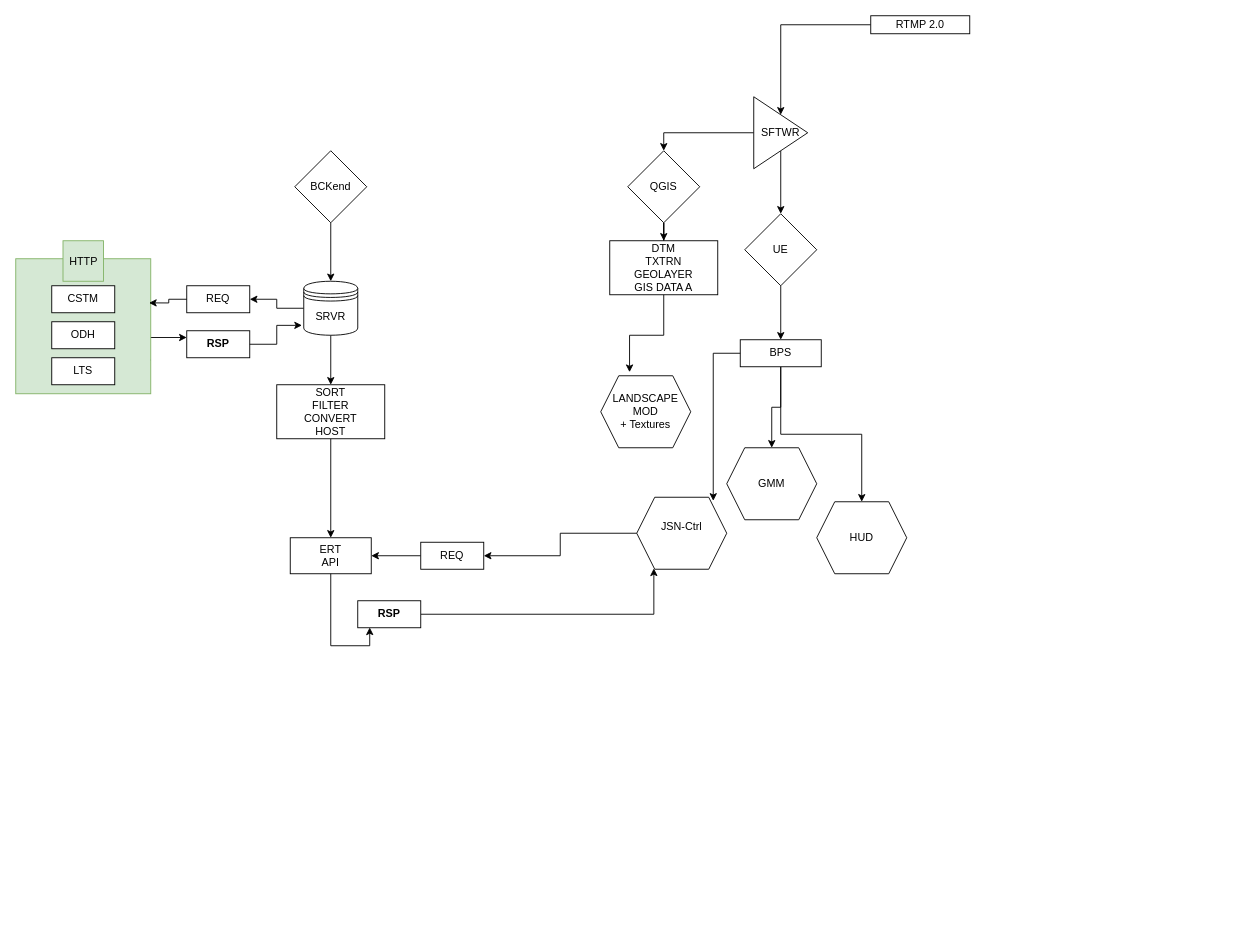
Before: RTMP_2_0_0.drawio in JAyS4nson/FLOWCHrts, a draw.io diagram. Source tidied: cells renumbered, new cells numbered last; positions are measured from the earlier drawing's top-left corner, leaving out a move shared by most shapes. Both pictures are drawn from the tidied source at 90%, with x=0, y=0 at pixel (15, 15).
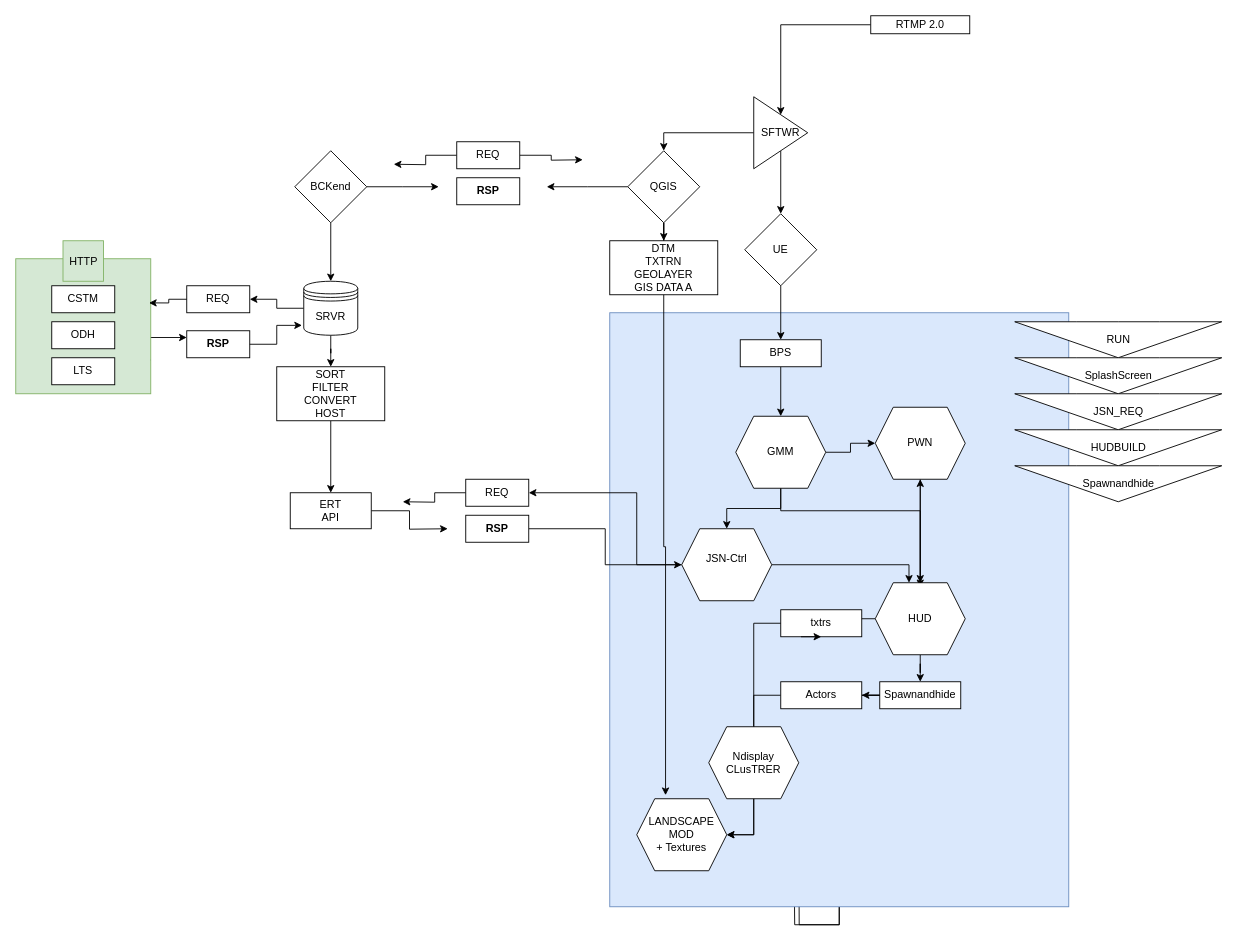
After the change.

Unchanged cells that the change refers to:
```xml
<mxCell id="7" value="QGIS" style="rhombus;whiteSpace=wrap;html=1;rounded=0;" parent="1" vertex="1">
  <mxGeometry x="680" y="150" width="80" height="80" as="geometry" />
</mxCell>
<mxCell id="15" value="&lt;div&gt;BCKend&lt;/div&gt;" style="rhombus;whiteSpace=wrap;html=1;rounded=0;" parent="1" vertex="1">
  <mxGeometry x="310" y="150" width="80" height="80" as="geometry" />
</mxCell>
<mxCell id="31" value="BPS&lt;br&gt;" style="whiteSpace=wrap;html=1;rounded=0;" parent="1" vertex="1">
  <mxGeometry x="805" y="360" width="90" height="30" as="geometry" />
</mxCell>
```

The edit, as a diff of the source:
```diff
@@
+    <mxCell id="45" style="edgeStyle=orthogonalEdgeStyle;rounded=0;jettySize=auto;html=1;" parent="1" edge="1" source="47">
+      <mxGeometry relative="1" as="geometry">
+        <mxPoint x="870" y="900" as="targetPoint" />
+      </mxGeometry>
+    </mxCell>
+    <mxCell id="46" style="edgeStyle=orthogonalEdgeStyle;rounded=0;jettySize=auto;html=1;" parent="1" edge="1" source="47">
+      <mxGeometry relative="1" as="geometry">
+        <mxPoint x="865" y="960" as="targetPoint" />
+      </mxGeometry>
+    </mxCell>
+    <mxCell id="47" style="rounded=0;whiteSpace=wrap;html=1;fillColor=#dae8fc;strokeColor=#6c8ebf;" parent="1" vertex="1">
+      <mxGeometry x="660" y="330" width="510" height="660" as="geometry" />
+    </mxCell>
@@
+    <mxCell id="48" style="edgeStyle=orthogonalEdgeStyle;rounded=0;jettySize=auto;html=1;" parent="1" edge="1" source="7">
+      <mxGeometry relative="1" as="geometry">
+        <mxPoint x="590" y="190" as="targetPoint" />
+      </mxGeometry>
+    </mxCell>
@@
+    <mxCell id="49" style="edgeStyle=orthogonalEdgeStyle;rounded=0;jettySize=auto;html=1;" parent="1" edge="1" source="15">
+      <mxGeometry relative="1" as="geometry">
+        <mxPoint x="470" y="190" as="targetPoint" />
+      </mxGeometry>
+    </mxCell>
@@
     <mxCell id="28" value="SORT&lt;br&gt;FILTER&lt;br&gt;CONVERT&lt;br&gt;HOST" style="whiteSpace=wrap;html=1;" parent="1" vertex="1">
-      <mxGeometry x="290" y="410" width="120" height="60" as="geometry" />
+      <mxGeometry x="290" y="390" width="120" height="60" as="geometry" />
     </mxCell>
@@
-    <mxCell id="30" style="edgeStyle=orthogonalEdgeStyle;rounded=0;jettySize=auto;html=1;entryX=0.5;entryY=0;entryDx=0;entryDy=0;" parent="1" edge="1" source="31" target="37">
-      <mxGeometry relative="1" as="geometry" />
-    </mxCell>
@@
     <mxCell id="32" value="LANDSCAPE MOD&lt;br&gt;&lt;div&gt;+ Textures&lt;/div&gt;" style="shape=hexagon;perimeter=hexagonPerimeter2;whiteSpace=wrap;html=1;fixedSize=1;" parent="1" vertex="1">
-      <mxGeometry x="650" y="400" width="100" height="80" as="geometry" />
+      <mxGeometry x="690" y="870" width="100" height="80" as="geometry" />
     </mxCell>
@@
+    <mxCell id="50" style="edgeStyle=orthogonalEdgeStyle;rounded=0;jettySize=auto;html=1;entryX=0.5;entryY=0;entryDx=0;entryDy=0;" parent="1" edge="1" source="34" target="36">
+      <mxGeometry relative="1" as="geometry" />
+    </mxCell>
+    <mxCell id="51" style="edgeStyle=orthogonalEdgeStyle;rounded=0;jettySize=auto;html=1;" parent="1" edge="1" source="34" target="64">
+      <mxGeometry relative="1" as="geometry" />
+    </mxCell>
+    <mxCell id="52" style="edgeStyle=orthogonalEdgeStyle;rounded=0;orthogonalLoop=1;jettySize=auto;html=1;" parent="1" edge="1">
+      <mxGeometry relative="1" as="geometry">
+        <mxPoint x="850" y="515" as="sourcePoint" />
+        <mxPoint x="1005" y="635" as="targetPoint" />
+        <Array as="points">
+          <mxPoint x="850" y="550" />
+          <mxPoint x="1005" y="550" />
+        </Array>
+      </mxGeometry>
+    </mxCell>
     <mxCell id="34" value="&lt;div&gt;GMM&lt;/div&gt;" style="shape=hexagon;perimeter=hexagonPerimeter2;whiteSpace=wrap;html=1;fixedSize=1;" parent="1" vertex="1">
-      <mxGeometry x="790" y="480" width="100" height="80" as="geometry" />
+      <mxGeometry x="800" y="445" width="100" height="80" as="geometry" />
     </mxCell>
-    <mxCell id="35" style="edgeStyle=orthogonalEdgeStyle;rounded=0;jettySize=auto;html=1;" parent="1" edge="1" source="40" target="38">
-      <mxGeometry relative="1" as="geometry" />
-    </mxCell>
+    <mxCell id="53" style="edgeStyle=orthogonalEdgeStyle;rounded=0;jettySize=auto;html=1;entryX=0.375;entryY=0;entryDx=0;entryDy=0;" parent="1" edge="1" source="36" target="37">
+      <mxGeometry relative="1" as="geometry" />
+    </mxCell>
+    <mxCell id="54" style="edgeStyle=orthogonalEdgeStyle;rounded=0;jettySize=auto;html=1;entryX=1;entryY=0.5;entryDx=0;entryDy=0;" parent="1" edge="1" source="36" target="66">
+      <mxGeometry relative="1" as="geometry">
+        <Array as="points">
+          <mxPoint x="690" y="610" />
+          <mxPoint x="690" y="530" />
+        </Array>
+      </mxGeometry>
+    </mxCell>
     <mxCell id="36" value="&lt;div&gt;JSN-Ctrl&lt;/div&gt;&lt;div&gt;&lt;br&gt;&lt;/div&gt;" style="shape=hexagon;perimeter=hexagonPerimeter2;whiteSpace=wrap;html=1;fixedSize=1;" parent="1" vertex="1">
-      <mxGeometry x="690" y="535" width="100" height="80" as="geometry" />
+      <mxGeometry x="740" y="570" width="100" height="80" as="geometry" />
     </mxCell>
+    <mxCell id="55" style="edgeStyle=orthogonalEdgeStyle;rounded=0;jettySize=auto;html=1;" parent="1" edge="1" source="37" target="75">
+      <mxGeometry relative="1" as="geometry" />
+    </mxCell>
+    <mxCell id="56" style="edgeStyle=orthogonalEdgeStyle;rounded=0;jettySize=auto;html=1;" parent="1" edge="1" source="37" target="77">
+      <mxGeometry relative="1" as="geometry" />
+    </mxCell>
     <mxCell id="37" value="&lt;div&gt;HUD&lt;/div&gt;" style="shape=hexagon;perimeter=hexagonPerimeter2;whiteSpace=wrap;html=1;fixedSize=1;" parent="1" vertex="1">
-      <mxGeometry x="890" y="540" width="100" height="80" as="geometry" />
+      <mxGeometry x="955" y="630" width="100" height="80" as="geometry" />
     </mxCell>
+    <mxCell id="57" style="edgeStyle=orthogonalEdgeStyle;rounded=0;jettySize=auto;html=1;" parent="1" edge="1" source="38">
+      <mxGeometry relative="1" as="geometry">
+        <mxPoint x="480" y="570" as="targetPoint" />
+      </mxGeometry>
+    </mxCell>
     <mxCell id="38" value="ERT&lt;br&gt;API" style="whiteSpace=wrap;html=1;" parent="1" vertex="1">
-      <mxGeometry x="305" y="580" width="90" height="40" as="geometry" />
+      <mxGeometry x="305" y="530" width="90" height="40" as="geometry" />
     </mxCell>
-    <mxCell id="39" style="edgeStyle=orthogonalEdgeStyle;rounded=0;jettySize=auto;html=1;" parent="1" edge="1" source="36" target="40">
-      <mxGeometry relative="1" as="geometry" />
-    </mxCell>
-    <mxCell id="40" value="REQ" style="whiteSpace=wrap;html=1;" parent="1" vertex="1">
-      <mxGeometry x="450" y="585" width="70" height="30" as="geometry" />
-    </mxCell>
-    <mxCell id="41" style="edgeStyle=orthogonalEdgeStyle;rounded=0;jettySize=auto;html=1;entryX=0.19;entryY=0.988;entryDx=0;entryDy=0;entryPerimeter=0;" parent="1" edge="1" source="43" target="36">
-      <mxGeometry relative="1" as="geometry" />
-    </mxCell>
-    <mxCell id="42" style="edgeStyle=orthogonalEdgeStyle;rounded=0;jettySize=auto;html=1;entryX=0.19;entryY=0.988;entryDx=0;entryDy=0;entryPerimeter=0;" parent="1" edge="1" source="38" target="43">
-      <mxGeometry relative="1" as="geometry" />
-    </mxCell>
-    <mxCell id="43" value="RSP" style="whiteSpace=wrap;html=1;fontStyle=1;" parent="1" vertex="1">
-      <mxGeometry x="380" y="650" width="70" height="30" as="geometry" />
-    </mxCell>
-    <mxCell id="44" style="edgeStyle=orthogonalEdgeStyle;rounded=0;jettySize=auto;html=1;entryX=0.85;entryY=0.05;entryDx=0;entryDy=0;entryPerimeter=0;" parent="1" edge="1" source="31" target="36">
-      <mxGeometry relative="1" as="geometry" />
-    </mxCell>
+    <mxCell id="58" style="edgeStyle=orthogonalEdgeStyle;rounded=0;jettySize=auto;html=1;" parent="1" edge="1" source="60">
+      <mxGeometry relative="1" as="geometry">
+        <mxPoint x="420" y="165" as="targetPoint" />
+      </mxGeometry>
+    </mxCell>
+    <mxCell id="59" style="edgeStyle=orthogonalEdgeStyle;rounded=0;jettySize=auto;html=1;" parent="1" edge="1" source="60">
+      <mxGeometry relative="1" as="geometry">
+        <mxPoint x="630" y="160" as="targetPoint" />
+      </mxGeometry>
+    </mxCell>
+    <mxCell id="60" value="REQ" style="whiteSpace=wrap;html=1;" parent="1" vertex="1">
+      <mxGeometry x="490" y="140" width="70" height="30" as="geometry" />
+    </mxCell>
+    <mxCell id="61" value="RSP" style="whiteSpace=wrap;html=1;fontStyle=1;" parent="1" vertex="1">
+      <mxGeometry x="490" y="180" width="70" height="30" as="geometry" />
+    </mxCell>
+    <mxCell id="62" style="edgeStyle=orthogonalEdgeStyle;rounded=0;jettySize=auto;html=1;" parent="1" edge="1" source="64" target="37">
+      <mxGeometry relative="1" as="geometry" />
+    </mxCell>
+    <mxCell id="63" style="edgeStyle=orthogonalEdgeStyle;rounded=0;jettySize=auto;html=1;" parent="1" edge="1" source="37" target="64">
+      <mxGeometry relative="1" as="geometry" />
+    </mxCell>
+    <mxCell id="64" value="&lt;div&gt;PWN&lt;/div&gt;" style="shape=hexagon;perimeter=hexagonPerimeter2;whiteSpace=wrap;html=1;fixedSize=1;" parent="1" vertex="1">
+      <mxGeometry x="955" y="435" width="100" height="80" as="geometry" />
+    </mxCell>
+    <mxCell id="65" style="edgeStyle=orthogonalEdgeStyle;rounded=0;jettySize=auto;html=1;" parent="1" edge="1" source="66">
+      <mxGeometry relative="1" as="geometry">
+        <mxPoint x="430" y="540" as="targetPoint" />
+      </mxGeometry>
+    </mxCell>
+    <mxCell id="66" value="REQ" style="whiteSpace=wrap;html=1;" parent="1" vertex="1">
+      <mxGeometry x="500" y="515" width="70" height="30" as="geometry" />
+    </mxCell>
+    <mxCell id="67" style="edgeStyle=orthogonalEdgeStyle;rounded=0;jettySize=auto;html=1;entryX=0;entryY=0.5;entryDx=0;entryDy=0;" parent="1" edge="1" source="68" target="36">
+      <mxGeometry relative="1" as="geometry">
+        <Array as="points">
+          <mxPoint x="655" y="570" />
+          <mxPoint x="655" y="610" />
+        </Array>
+      </mxGeometry>
+    </mxCell>
+    <mxCell id="68" value="RSP" style="whiteSpace=wrap;html=1;fontStyle=1;" parent="1" vertex="1">
+      <mxGeometry x="500" y="555" width="70" height="30" as="geometry" />
+    </mxCell>
+    <mxCell id="69" value="&lt;div&gt;RUN&lt;/div&gt;" style="html=1;shadow=0;dashed=0;align=center;verticalAlign=middle;shape=mxgraph.arrows2.arrow;dy=0.6;dx=40;direction=south;notch=0;" parent="1" vertex="1">
+      <mxGeometry x="1110" y="340" width="230" height="40" as="geometry" />
+    </mxCell>
+    <mxCell id="70" value="SplashScreen" style="html=1;shadow=0;dashed=0;align=center;verticalAlign=middle;shape=mxgraph.arrows2.arrow;dy=0.6;dx=40;direction=south;notch=0;" parent="1" vertex="1">
+      <mxGeometry x="1110" y="380" width="230" height="40" as="geometry" />
+    </mxCell>
+    <mxCell id="71" value="JSN_REQ" style="html=1;shadow=0;dashed=0;align=center;verticalAlign=middle;shape=mxgraph.arrows2.arrow;dy=0.6;dx=40;direction=south;notch=0;" parent="1" vertex="1">
+      <mxGeometry x="1110" y="420" width="230" height="40" as="geometry" />
+    </mxCell>
+    <mxCell id="72" value="HUDBUILD" style="html=1;shadow=0;dashed=0;align=center;verticalAlign=middle;shape=mxgraph.arrows2.arrow;dy=0.6;dx=40;direction=south;notch=0;" parent="1" vertex="1">
+      <mxGeometry x="1110" y="460" width="230" height="40" as="geometry" />
+    </mxCell>
+    <mxCell id="73" value="&lt;div&gt;Spawnandhide&lt;/div&gt;" style="html=1;shadow=0;dashed=0;align=center;verticalAlign=middle;shape=mxgraph.arrows2.arrow;dy=0.6;dx=40;direction=south;notch=0;" parent="1" vertex="1">
+      <mxGeometry x="1110" y="500" width="230" height="40" as="geometry" />
+    </mxCell>
+    <mxCell id="74" style="edgeStyle=orthogonalEdgeStyle;rounded=0;jettySize=auto;html=1;entryX=1;entryY=0.5;entryDx=0;entryDy=0;" parent="1" edge="1" source="79" target="32">
+      <mxGeometry relative="1" as="geometry" />
+    </mxCell>
+    <mxCell id="75" value="&lt;div&gt;Spawnandhide&lt;/div&gt;" style="whiteSpace=wrap;html=1;" parent="1" vertex="1">
+      <mxGeometry x="960" y="740" width="90" height="30" as="geometry" />
+    </mxCell>
+    <mxCell id="76" style="edgeStyle=orthogonalEdgeStyle;rounded=0;jettySize=auto;html=1;entryX=1;entryY=0.5;entryDx=0;entryDy=0;" parent="1" edge="1" source="82" target="32">
+      <mxGeometry relative="1" as="geometry" />
+    </mxCell>
+    <mxCell id="77" value="txtrs" style="whiteSpace=wrap;html=1;" parent="1" vertex="1">
+      <mxGeometry x="850" y="660" width="90" height="30" as="geometry" />
+    </mxCell>
+    <mxCell id="78" style="edgeStyle=orthogonalEdgeStyle;rounded=0;jettySize=auto;html=1;entryX=1;entryY=0.5;entryDx=0;entryDy=0;" parent="1" edge="1" source="75" target="79">
+      <mxGeometry relative="1" as="geometry" />
+    </mxCell>
+    <mxCell id="79" value="&lt;div&gt;Actors&lt;/div&gt;" style="whiteSpace=wrap;html=1;" parent="1" vertex="1">
+      <mxGeometry x="850" y="740" width="90" height="30" as="geometry" />
+    </mxCell>
+    <mxCell id="80" style="edgeStyle=orthogonalEdgeStyle;rounded=0;orthogonalLoop=1;jettySize=auto;html=1;exitX=0.25;exitY=1;exitDx=0;exitDy=0;entryX=0.5;entryY=1;entryDx=0;entryDy=0;" parent="1" edge="1" source="77" target="77">
+      <mxGeometry relative="1" as="geometry" />
+    </mxCell>
+    <mxCell id="81" style="edgeStyle=orthogonalEdgeStyle;rounded=0;jettySize=auto;html=1;entryX=1;entryY=0.5;entryDx=0;entryDy=0;" parent="1" edge="1" source="77" target="82">
+      <mxGeometry relative="1" as="geometry">
+        <Array as="points">
+          <mxPoint x="820" y="675" />
+          <mxPoint x="820" y="830" />
+        </Array>
+      </mxGeometry>
+    </mxCell>
+    <mxCell id="82" value="&lt;div&gt;Ndisplay CLusTRER&lt;/div&gt;" style="shape=hexagon;perimeter=hexagonPerimeter2;whiteSpace=wrap;html=1;fixedSize=1;" parent="1" vertex="1">
+      <mxGeometry x="770" y="790" width="100" height="80" as="geometry" />
+    </mxCell>
```
